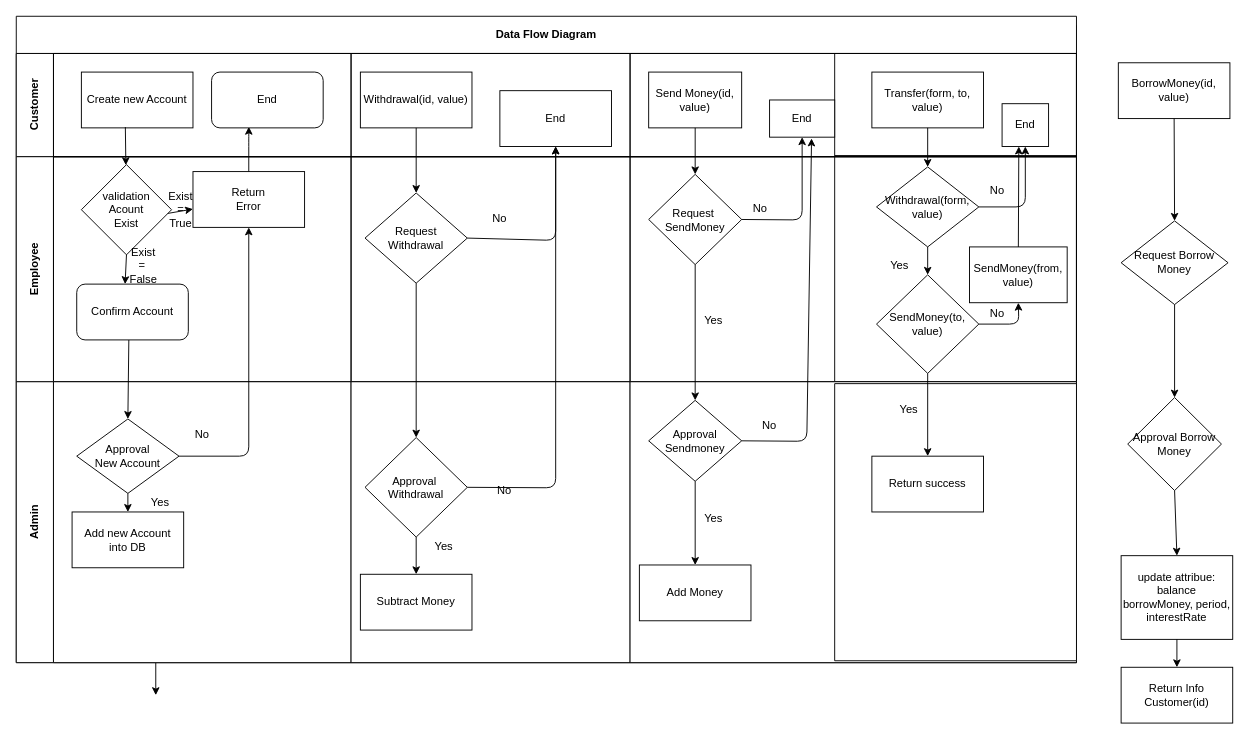
Earlier version of the draw.io diagram Bank_DFD.drawio (QuyetVV1995/Bank). Source tidied: cells renumbered, new cells numbered last; positions are measured from the earlier drawing's top-left corner, leaving out a move shared by most shapes. Both pictures are drawn from the tidied source at 93%, with x=0, y=0 at pixel (16, 16).
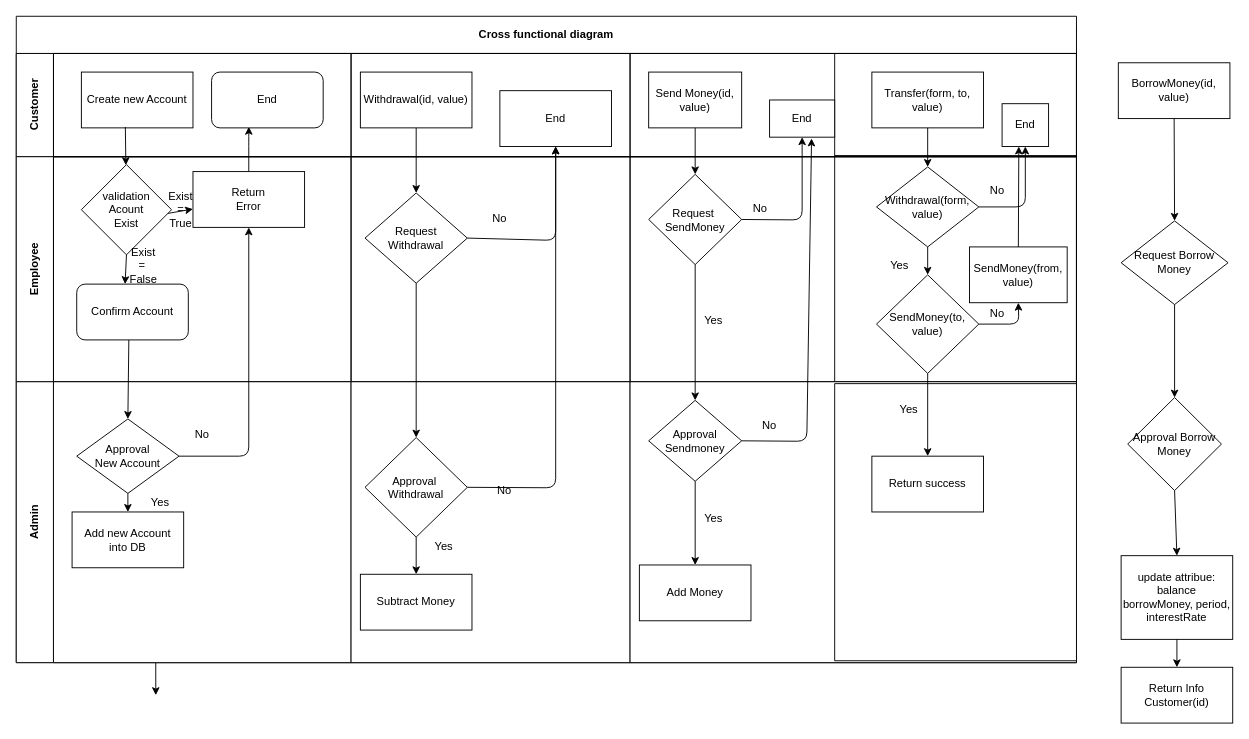
After the change.

Commit message (it also covers changes not shown here):
update borrowMoney, Use case

Diff of the diagram source:
```diff
@@
-    <mxCell id="15" value="Data Flow Diagram" style="shape=table;childLayout=tableLayout;rowLines=0;columnLines=0;startSize=40;html=1;whiteSpace=wrap;fontStyle=1;align=center;" parent="1" vertex="1">
+    <mxCell id="15" value="Cross functional diagram" style="shape=table;childLayout=tableLayout;rowLines=0;columnLines=0;startSize=40;html=1;whiteSpace=wrap;fontStyle=1;align=center;" parent="1" vertex="1">
       <mxGeometry width="1140" height="695" as="geometry" />
     </mxCell>
```
